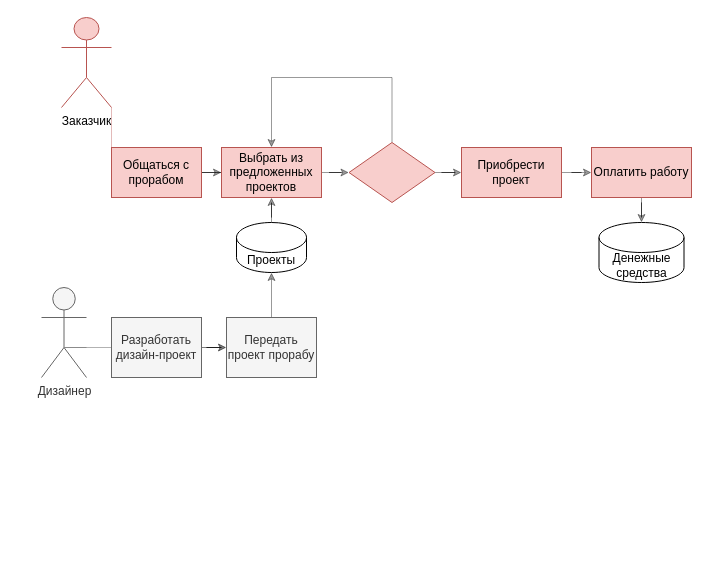
Earlier version of the draw.io diagram Untitled Diagram.drawio (LeraMrmr/ZiminaLera). Source tidied: cells renumbered, new cells numbered last; positions are measured from the earlier drawing's top-left corner, leaving out a move shared by most shapes. Both pictures are drawn from the tidied source at 100%, with x=0, y=0 at pixel (41, 17).
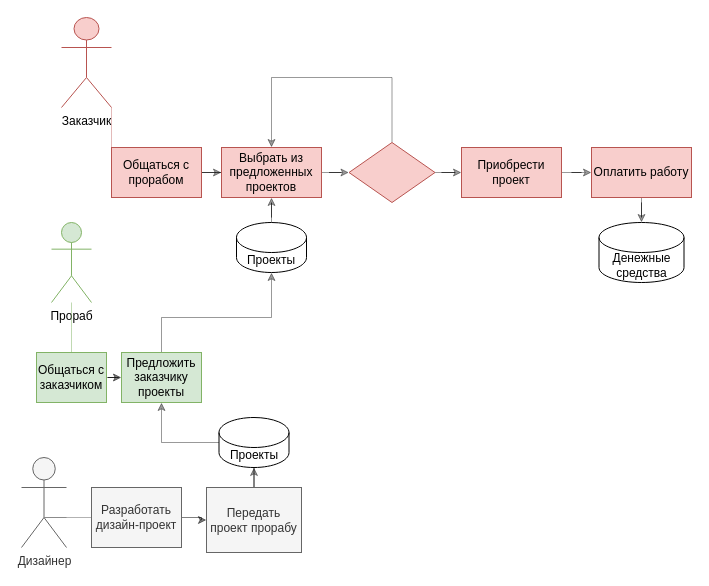
After the change.

The change refers to these unchanged cells:
```xml
<mxCell id="16" value="Проекты" style="shape=cylinder3;whiteSpace=wrap;html=1;boundedLbl=1;backgroundOutline=1;size=15;" parent="1" vertex="1">
  <mxGeometry x="195" y="205" width="70" height="50" as="geometry" />
</mxCell>
```

Change to the diagram source:
```diff
@@
     <mxCell id="18" value="Дизайнер" style="shape=umlActor;verticalLabelPosition=bottom;verticalAlign=top;html=1;fillColor=#f5f5f5;strokeColor=#666666;fontColor=#333333;" parent="1" vertex="1">
-      <mxGeometry y="270" width="45" height="90" as="geometry" />
+      <mxGeometry x="-20" y="440" width="45" height="90" as="geometry" />
     </mxCell>
@@
     <mxCell id="20" value="Разработать дизайн-проект" style="rounded=0;whiteSpace=wrap;html=1;fillColor=#f5f5f5;strokeColor=#666666;fontColor=#333333;" parent="1" vertex="1">
-      <mxGeometry x="70" y="300" width="90" height="60" as="geometry" />
+      <mxGeometry x="50" y="470" width="90" height="60" as="geometry" />
     </mxCell>
     <mxCell id="21" style="endArrow=none;html=1;rounded=0;edgeStyle=orthogonalEdgeStyle;entryX=0;entryY=0.5;entryDx=0;entryDy=0;fillColor=#f5f5f5;strokeColor=#666666;opacity=50;" parent="1" edge="1" target="20">
       <mxGeometry relative="1" as="geometry">
-        <mxPoint x="45" y="330" as="sourcePoint" />
+        <mxPoint x="25" y="500" as="sourcePoint" />
         <Array as="points">
-          <mxPoint x="23" y="330" />
-          <mxPoint x="23" y="330" />
+          <mxPoint x="3" y="500" />
+          <mxPoint x="3" y="500" />
         </Array>
       </mxGeometry>
     </mxCell>
-    <mxCell id="22" style="edgeStyle=orthogonalEdgeStyle;rounded=0;jettySize=auto;html=1;opacity=40;" parent="1" edge="1" source="23" target="16">
-      <mxGeometry relative="1" as="geometry" />
-    </mxCell>
+    <mxCell id="24" style="edgeStyle=orthogonalEdgeStyle;rounded=0;jettySize=auto;html=1;opacity=40;" parent="1" edge="1" source="23" target="32">
+      <mxGeometry relative="1" as="geometry" />
+    </mxCell>
     <mxCell id="23" value="Передать проект прорабу" style="rounded=0;whiteSpace=wrap;html=1;fillColor=#f5f5f5;strokeColor=#666666;fontColor=#333333;" parent="1" vertex="1">
-      <mxGeometry x="185" y="300" width="90" height="60" as="geometry" />
+      <mxGeometry x="165" y="470" width="95" height="65" as="geometry" />
     </mxCell>
+    <mxCell id="25" value="Прораб" style="shape=umlActor;verticalLabelPosition=bottom;verticalAlign=top;html=1;fillColor=#d5e8d4;strokeColor=#82b366;" parent="1" vertex="1">
+      <mxGeometry x="10" y="205" width="40" height="80" as="geometry" />
+    </mxCell>
+    <mxCell id="26" style="edgeStyle=orthogonalEdgeStyle;curved=1;jettySize=auto;html=1;opacity=50;" parent="1" edge="1" source="27" target="30">
+      <mxGeometry relative="1" as="geometry" />
+    </mxCell>
+    <mxCell id="27" value="Общаться с заказчиком" style="rounded=0;whiteSpace=wrap;html=1;fillColor=#d5e8d4;strokeColor=#82b366;" parent="1" vertex="1">
+      <mxGeometry x="-5" y="335" width="70" height="50" as="geometry" />
+    </mxCell>
+    <mxCell id="28" style="endArrow=none;html=1;edgeStyle=orthogonalEdgeStyle;exitX=0.5;exitY=0;exitDx=0;exitDy=0;fillColor=#d5e8d4;strokeColor=#82b366;curved=1;opacity=50;" parent="1" edge="1" source="27">
+      <mxGeometry relative="1" as="geometry">
+        <mxPoint x="30" y="285" as="targetPoint" />
+      </mxGeometry>
+    </mxCell>
+    <mxCell id="29" style="edgeStyle=orthogonalEdgeStyle;rounded=0;jettySize=auto;html=1;entryX=0.5;entryY=1;entryDx=0;entryDy=0;entryPerimeter=0;opacity=40;" parent="1" edge="1" source="30" target="16">
+      <mxGeometry relative="1" as="geometry">
+        <Array as="points">
+          <mxPoint x="120" y="300" />
+          <mxPoint x="230" y="300" />
+        </Array>
+      </mxGeometry>
+    </mxCell>
+    <mxCell id="30" value="Предложить заказчику проекты" style="rounded=0;whiteSpace=wrap;html=1;fillColor=#d5e8d4;strokeColor=#82b366;" parent="1" vertex="1">
+      <mxGeometry x="80" y="335" width="80" height="50" as="geometry" />
+    </mxCell>
+    <mxCell id="31" style="edgeStyle=orthogonalEdgeStyle;rounded=0;jettySize=auto;html=1;entryX=0.5;entryY=1;entryDx=0;entryDy=0;opacity=40;" parent="1" edge="1" source="32" target="30">
+      <mxGeometry relative="1" as="geometry" />
+    </mxCell>
+    <mxCell id="32" value="Проекты" style="shape=cylinder3;whiteSpace=wrap;html=1;boundedLbl=1;backgroundOutline=1;size=15;" parent="1" vertex="1">
+      <mxGeometry x="177.5" y="400" width="70" height="50" as="geometry" />
+    </mxCell>
```
